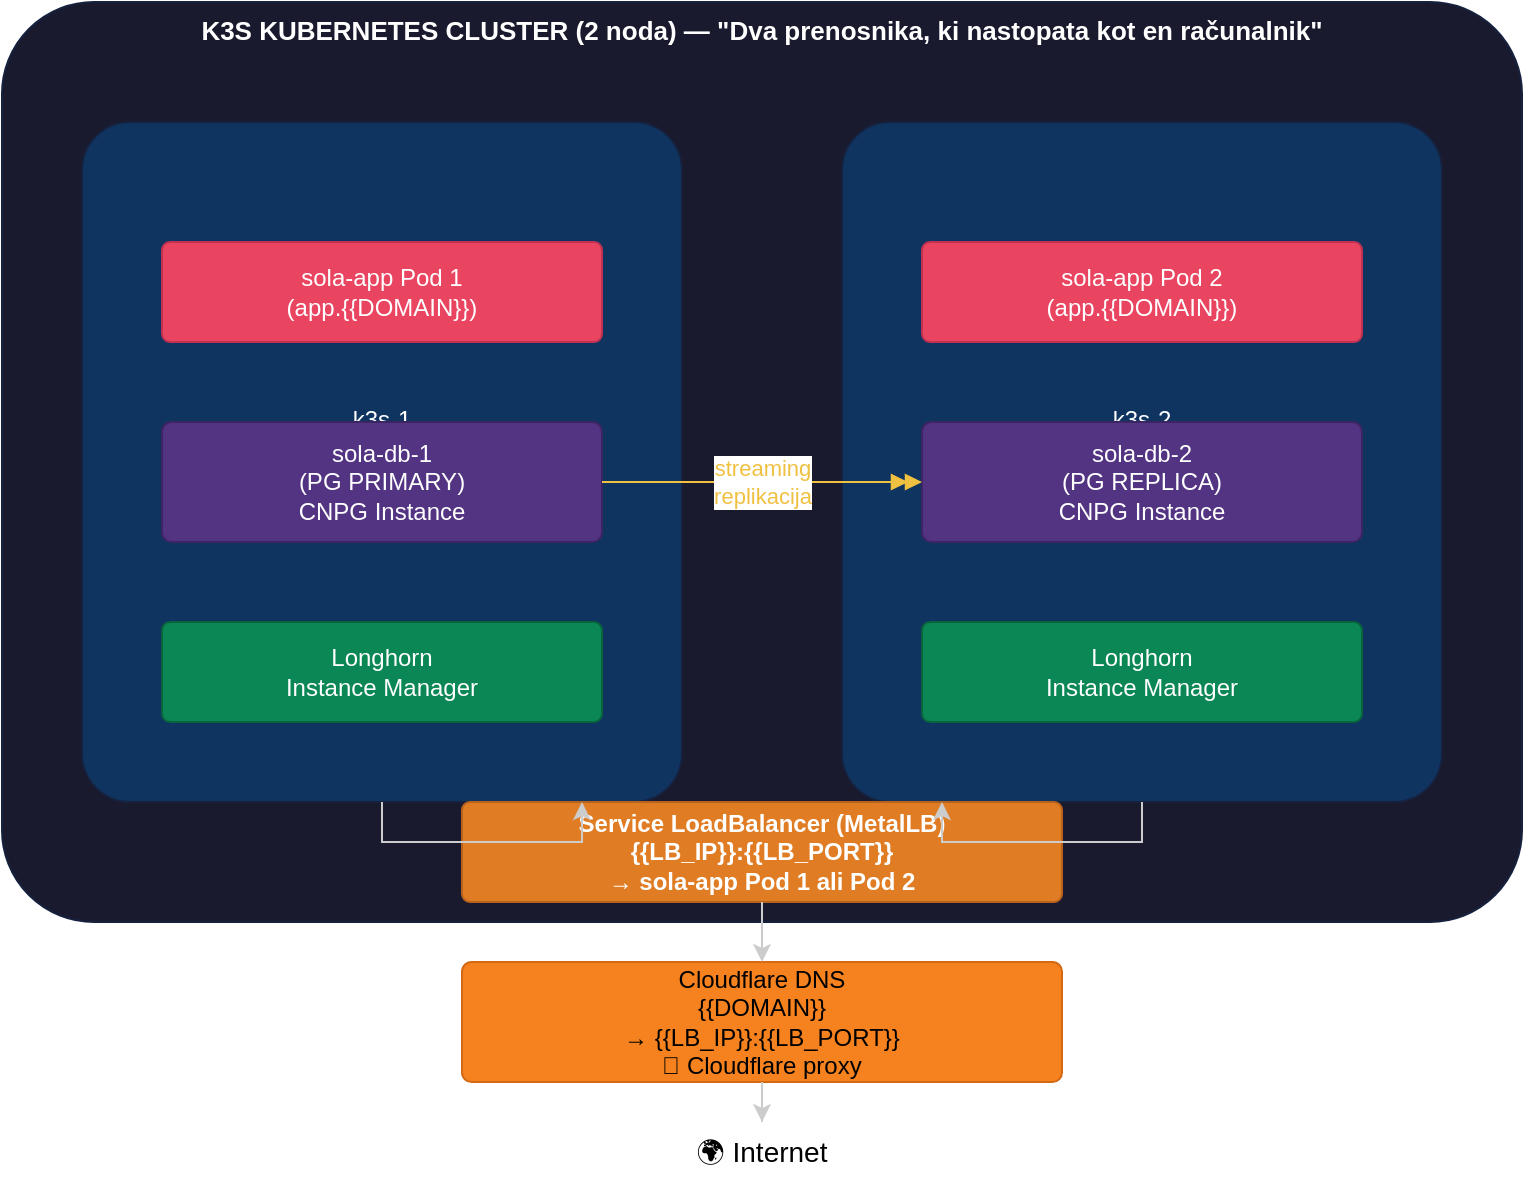
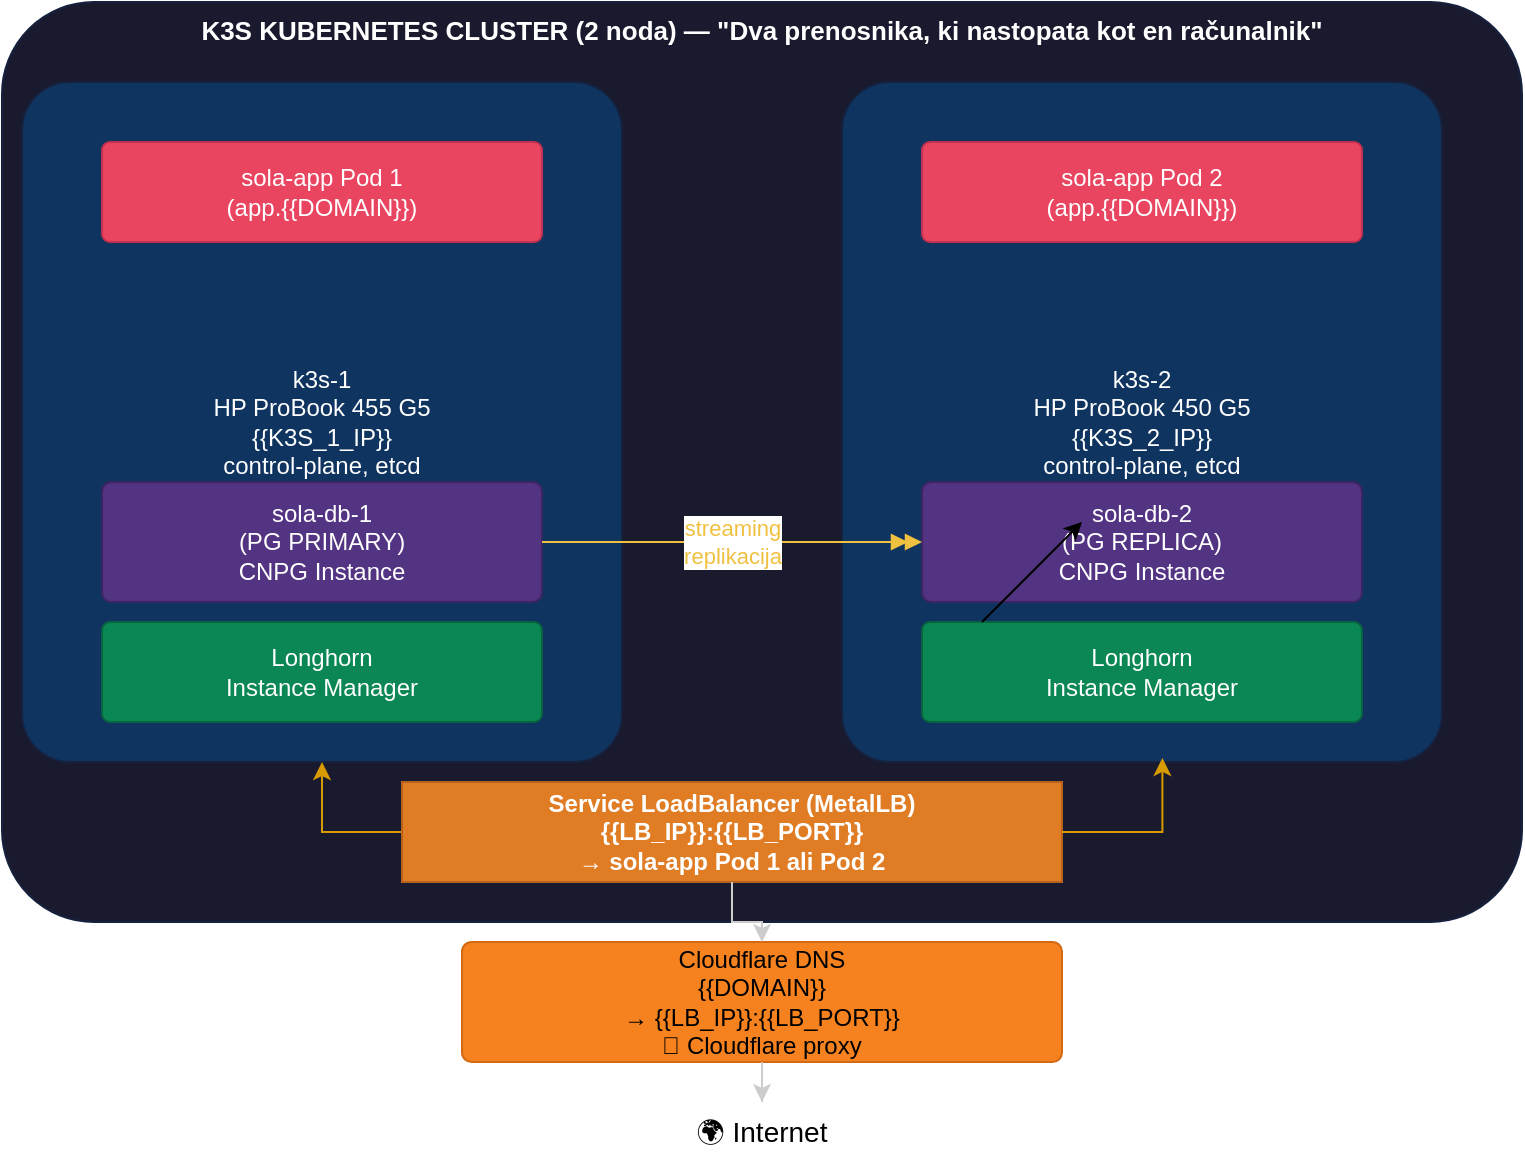
- <mxfile host="app.diagrams.net" modified="2026-06-28T12:00:00.000Z" agent="Mozilla/5.0" version="24.0.0">
+ <mxfile host="app.diagrams.net" agent="Mozilla/5.0">
  <diagram id="main" name="K3S Cluster Architecture">
-     <mxGraphModel dx="0" dy="0" grid="1" gridSize="10" guides="1" tooltips="1" connect="1" arrows="1" fold="1" page="0" pageScale="1" pageWidth="1100" pageHeight="850" math="0" shadow="0">
+     <mxGraphModel dx="1081" dy="610" grid="1" gridSize="10" guides="1" tooltips="1" connect="1" arrows="1" fold="1" page="0" pageScale="1" pageWidth="1100" pageHeight="850" math="0" shadow="0">
      <root>
        <mxCell id="0" />
        <mxCell id="1" parent="0" />
-         <!-- Cluster outer box -->
-         <mxCell id="cbox" value="K3S KUBERNETES CLUSTER (2 noda) — &quot;Dva prenosnika, ki nastopata kot en računalnik&quot;" style="rounded=1;whiteSpace=wrap;html=1;fillColor=#1a1a2e;fontColor=#ffffff;strokeColor=#16213e;arcSize=10;verticalAlign=top;align=center;fontStyle=1;fontSize=13;" vertex="1" parent="1">
-           <mxGeometry x="20" y="20" width="760" height="460" as="geometry" />
+         <mxCell id="cbox" parent="1" style="rounded=1;whiteSpace=wrap;html=1;fillColor=#1a1a2e;fontColor=#ffffff;strokeColor=#16213e;arcSize=10;verticalAlign=top;align=center;fontStyle=1;fontSize=13;" value="K3S KUBERNETES CLUSTER (2 noda) — &quot;Dva prenosnika, ki nastopata kot en računalnik&quot;" vertex="1">
+           <mxGeometry height="460" width="760" x="20" y="30" as="geometry" />
        </mxCell>
- 
-         <!-- k3s-1 box -->
-         <mxCell id="n1" value="k3s-1&#10;HP ProBook 455 G5&#10;{{K3S_1_IP}}&#10;control-plane, etcd" style="rounded=1;whiteSpace=wrap;html=1;fillColor=#0f3460;fontColor=#ffffff;strokeColor=#16213e;arcSize=8;" vertex="1" parent="1">
-           <mxGeometry x="60" y="80" width="300" height="340" as="geometry" />
+         <mxCell id="n1" parent="1" style="rounded=1;whiteSpace=wrap;html=1;fillColor=#0f3460;fontColor=#ffffff;strokeColor=#16213e;arcSize=8;" value="k3s-1&#xa;HP ProBook 455 G5&#xa;{{K3S_1_IP}}&#xa;control-plane, etcd" vertex="1">
+           <mxGeometry height="340" width="300" x="30" y="70" as="geometry" />
        </mxCell>
- 
-         <!-- k3s-2 box -->
-         <mxCell id="n2" value="k3s-2&#10;HP ProBook 450 G5&#10;{{K3S_2_IP}}&#10;control-plane, etcd" style="rounded=1;whiteSpace=wrap;html=1;fillColor=#0f3460;fontColor=#ffffff;strokeColor=#16213e;arcSize=8;" vertex="1" parent="1">
-           <mxGeometry x="440" y="80" width="300" height="340" as="geometry" />
+         <mxCell id="n2" parent="1" style="rounded=1;whiteSpace=wrap;html=1;fillColor=#0f3460;fontColor=#ffffff;strokeColor=#16213e;arcSize=8;" value="k3s-2&#xa;HP ProBook 450 G5&#xa;{{K3S_2_IP}}&#xa;control-plane, etcd" vertex="1">
+           <mxGeometry height="340" width="300" x="440" y="70" as="geometry" />
        </mxCell>
- 
-         <!-- sola-app Pod 1 -->
-         <mxCell id="p1" value="sola-app Pod 1&#10;(app.{{DOMAIN}})" style="rounded=1;whiteSpace=wrap;html=1;fillColor=#e94560;fontColor=#ffffff;strokeColor=#c23152;arcSize=8;" vertex="1" parent="1">
-           <mxGeometry x="100" y="140" width="220" height="50" as="geometry" />
+         <mxCell id="p1" parent="1" style="rounded=1;whiteSpace=wrap;html=1;fillColor=#e94560;fontColor=#ffffff;strokeColor=#c23152;arcSize=8;" value="sola-app Pod 1&#xa;(app.{{DOMAIN}})" vertex="1">
+           <mxGeometry height="50" width="220" x="70" y="100" as="geometry" />
        </mxCell>
- 
-         <!-- sola-app Pod 2 -->
-         <mxCell id="p2" value="sola-app Pod 2&#10;(app.{{DOMAIN}})" style="rounded=1;whiteSpace=wrap;html=1;fillColor=#e94560;fontColor=#ffffff;strokeColor=#c23152;arcSize=8;" vertex="1" parent="1">
-           <mxGeometry x="480" y="140" width="220" height="50" as="geometry" />
+         <mxCell id="p2" parent="1" style="rounded=1;whiteSpace=wrap;html=1;fillColor=#e94560;fontColor=#ffffff;strokeColor=#c23152;arcSize=8;" value="sola-app Pod 2&#xa;(app.{{DOMAIN}})" vertex="1">
+           <mxGeometry height="50" width="220" x="480" y="100" as="geometry" />
        </mxCell>
- 
-         <!-- sola-db-1 (PRIMARY) -->
-         <mxCell id="db1" value="sola-db-1&#10;(PG PRIMARY)&#10;CNPG Instance" style="rounded=1;whiteSpace=wrap;html=1;fillColor=#533483;fontColor=#ffffff;strokeColor=#3d2563;arcSize=8;" vertex="1" parent="1">
-           <mxGeometry x="100" y="230" width="220" height="60" as="geometry" />
+         <mxCell id="db1" parent="1" style="rounded=1;whiteSpace=wrap;html=1;fillColor=#533483;fontColor=#ffffff;strokeColor=#3d2563;arcSize=8;" value="sola-db-1&#xa;(PG PRIMARY)&#xa;CNPG Instance" vertex="1">
+           <mxGeometry height="60" width="220" x="70" y="270" as="geometry" />
        </mxCell>
- 
-         <!-- sola-db-2 (REPLICA) -->
-         <mxCell id="db2" value="sola-db-2&#10;(PG REPLICA)&#10;CNPG Instance" style="rounded=1;whiteSpace=wrap;html=1;fillColor=#533483;fontColor=#ffffff;strokeColor=#3d2563;arcSize=8;" vertex="1" parent="1">
-           <mxGeometry x="480" y="230" width="220" height="60" as="geometry" />
+         <mxCell id="db2" parent="1" style="rounded=1;whiteSpace=wrap;html=1;fillColor=#533483;fontColor=#ffffff;strokeColor=#3d2563;arcSize=8;" value="sola-db-2&#xa;(PG REPLICA)&#xa;CNPG Instance" vertex="1">
+           <mxGeometry height="60" width="220" x="480" y="270" as="geometry" />
        </mxCell>
- 
-         <!-- Longhorn 1 -->
-         <mxCell id="lh1" value="Longhorn&#10;Instance Manager" style="rounded=1;whiteSpace=wrap;html=1;fillColor=#0a8754;fontColor=#ffffff;strokeColor=#08643e;arcSize=8;" vertex="1" parent="1">
-           <mxGeometry x="100" y="330" width="220" height="50" as="geometry" />
+         <mxCell id="lh1" parent="1" style="rounded=1;whiteSpace=wrap;html=1;fillColor=#0a8754;fontColor=#ffffff;strokeColor=#08643e;arcSize=8;" value="Longhorn&#xa;Instance Manager" vertex="1">
+           <mxGeometry height="50" width="220" x="70" y="340" as="geometry" />
        </mxCell>
- 
-         <!-- Longhorn 2 -->
-         <mxCell id="lh2" value="Longhorn&#10;Instance Manager" style="rounded=1;whiteSpace=wrap;html=1;fillColor=#0a8754;fontColor=#ffffff;strokeColor=#08643e;arcSize=8;" vertex="1" parent="1">
-           <mxGeometry x="480" y="330" width="220" height="50" as="geometry" />
+         <mxCell id="lh2" parent="1" style="rounded=1;whiteSpace=wrap;html=1;fillColor=#0a8754;fontColor=#ffffff;strokeColor=#08643e;arcSize=8;" value="Longhorn&#xa;Instance Manager" vertex="1">
+           <mxGeometry height="50" width="220" x="480" y="340" as="geometry" />
        </mxCell>
- 
-         <!-- Replication arrow -->
-         <mxCell id="repl" value="streaming&#10;replikacija" style="edgeStyle=orthogonalEdgeStyle;rounded=0;orthogonalLoop=1;jettySize=auto;html=1;endArrow=doubleBlock;endFill=1;strokeColor=#f0c040;fontColor=#f0c040;fontSize=11;" edge="1" parent="1" source="db1" target="db2">
+         <mxCell id="repl" edge="1" parent="1" source="db1" style="edgeStyle=orthogonalEdgeStyle;rounded=0;orthogonalLoop=1;jettySize=auto;html=1;endArrow=doubleBlock;endFill=1;strokeColor=#f0c040;fontColor=#f0c040;fontSize=11;" target="db2" value="streaming&#xa;replikacija">
          <mxGeometry relative="1" as="geometry">
            <mxPoint x="320" y="260" as="sourcePoint" />
            <mxPoint x="480" y="260" as="targetPoint" />
          </mxGeometry>
        </mxCell>
- 
-         <!-- MetalLB box -->
-         <mxCell id="mlb" value="Service LoadBalancer (MetalLB)&#10;{{LB_IP}}:{{LB_PORT}}&#10;→ sola-app Pod 1 ali Pod 2" style="rounded=1;whiteSpace=wrap;html=1;fillColor=#e07c24;fontColor=#ffffff;strokeColor=#b8631d;arcSize=8;fontStyle=1;" vertex="1" parent="1">
-           <mxGeometry x="250" y="420" width="300" height="50" as="geometry" />
+         <mxCell id="ZIEZwyrNi8kJw6bfglk--6" edge="1" parent="1" source="mlb" style="edgeStyle=orthogonalEdgeStyle;rounded=0;orthogonalLoop=1;jettySize=auto;html=1;exitX=0;exitY=0.25;exitDx=0;exitDy=0;fillColor=#ffe6cc;strokeColor=#d79b00;" target="n1">
+           <mxGeometry relative="1" as="geometry">
+             <Array as="points">
+               <mxPoint x="220" y="445" />
+               <mxPoint x="180" y="445" />
+             </Array>
+           </mxGeometry>
        </mxCell>
- 
-         <!-- Cloudflare box -->
-         <mxCell id="cf" value="Cloudflare DNS&#10;{{DOMAIN}}&#10;→ {{LB_IP}}:{{LB_PORT}}&#10;📡 Cloudflare proxy" style="rounded=1;whiteSpace=wrap;html=1;fillColor=#f6821f;fontColor=#000000;strokeColor=#d46914;arcSize=8;" vertex="1" parent="1">
-           <mxGeometry x="250" y="500" width="300" height="60" as="geometry" />
+         <mxCell id="mlb" parent="1" style="rounded=1;whiteSpace=wrap;html=1;fillColor=#e07c24;fontColor=#ffffff;strokeColor=#b8631d;arcSize=0;fontStyle=1;" value="Service LoadBalancer (MetalLB)&#xa;{{LB_IP}}:{{LB_PORT}}&#xa;→ sola-app Pod 1 ali Pod 2" vertex="1">
+           <mxGeometry height="50" width="330" x="220" y="420" as="geometry" />
        </mxCell>
- 
-         <!-- Internet label -->
-         <mxCell id="inet" value="🌍 Internet" style="text;html=1;strokeColor=none;fillColor=none;align=center;verticalAlign=middle;whiteSpace=wrap;fontSize=14;fontStyle=0;" vertex="1" parent="1">
-           <mxGeometry x="350" y="580" width="100" height="30" as="geometry" />
+         <mxCell id="cf" parent="1" style="rounded=1;whiteSpace=wrap;html=1;fillColor=#f6821f;fontColor=#000000;strokeColor=#d46914;arcSize=8;" value="Cloudflare DNS&#xa;{{DOMAIN}}&#xa;→ {{LB_IP}}:{{LB_PORT}}&#xa;📡 Cloudflare proxy" vertex="1">
+           <mxGeometry height="60" width="300" x="250" y="500" as="geometry" />
        </mxCell>
- 
-         <!-- Arrows: k3s-1 app → MetalLB -->
-         <mxCell id="a1" style="edgeStyle=orthogonalEdgeStyle;rounded=0;orthogonalLoop=1;jettySize=auto;html=1;exitX=0.5;exitY=1;entryX=0.2;entryY=0;strokeColor=#cccccc;" edge="1" parent="1" source="n1" target="mlb">
+         <mxCell id="inet" parent="1" style="text;html=1;strokeColor=none;fillColor=none;align=center;verticalAlign=middle;whiteSpace=wrap;fontSize=14;fontStyle=0;" value="🌍 Internet" vertex="1">
+           <mxGeometry height="30" width="100" x="350" y="580" as="geometry" />
+         </mxCell>
+         <mxCell id="a3" edge="1" parent="1" source="mlb" style="edgeStyle=orthogonalEdgeStyle;rounded=0;orthogonalLoop=1;jettySize=auto;html=1;strokeColor=#cccccc;" target="cf">
          <mxGeometry relative="1" as="geometry" />
        </mxCell>
- 
-         <!-- Arrows: k3s-2 app → MetalLB -->
-         <mxCell id="a2" style="edgeStyle=orthogonalEdgeStyle;rounded=0;orthogonalLoop=1;jettySize=auto;html=1;exitX=0.5;exitY=1;entryX=0.8;entryY=0;strokeColor=#cccccc;" edge="1" parent="1" source="n2" target="mlb">
+         <mxCell id="a4" edge="1" parent="1" source="cf" style="edgeStyle=orthogonalEdgeStyle;rounded=0;orthogonalLoop=1;jettySize=auto;html=1;strokeColor=#cccccc;" target="inet">
          <mxGeometry relative="1" as="geometry" />
        </mxCell>
- 
-         <!-- MetalLB → Cloudflare -->
-         <mxCell id="a3" style="edgeStyle=orthogonalEdgeStyle;rounded=0;orthogonalLoop=1;jettySize=auto;html=1;strokeColor=#cccccc;" edge="1" parent="1" source="mlb" target="cf">
-           <mxGeometry relative="1" as="geometry" />
+         <mxCell id="ZIEZwyrNi8kJw6bfglk--20" edge="1" parent="1" style="endArrow=classic;html=1;rounded=0;" value="">
+           <mxGeometry height="50" relative="1" width="50" as="geometry">
+             <mxPoint x="510" y="340" as="sourcePoint" />
+             <mxPoint x="560" y="290" as="targetPoint" />
+           </mxGeometry>
        </mxCell>
- 
-         <!-- Cloudflare → Internet -->
-         <mxCell id="a4" style="edgeStyle=orthogonalEdgeStyle;rounded=0;orthogonalLoop=1;jettySize=auto;html=1;strokeColor=#cccccc;" edge="1" parent="1" source="cf" target="inet">
+         <mxCell id="ZIEZwyrNi8kJw6bfglk--21" edge="1" parent="1" source="mlb" style="edgeStyle=orthogonalEdgeStyle;rounded=0;orthogonalLoop=1;jettySize=auto;html=1;exitX=1;exitY=0.5;exitDx=0;exitDy=0;entryX=0.534;entryY=0.994;entryDx=0;entryDy=0;entryPerimeter=0;fillColor=#ffe6cc;strokeColor=#d79b00;" target="n2">
          <mxGeometry relative="1" as="geometry" />
        </mxCell>
      </root>
    </mxGraphModel>
  </diagram>
- </mxfile>+ </mxfile>
